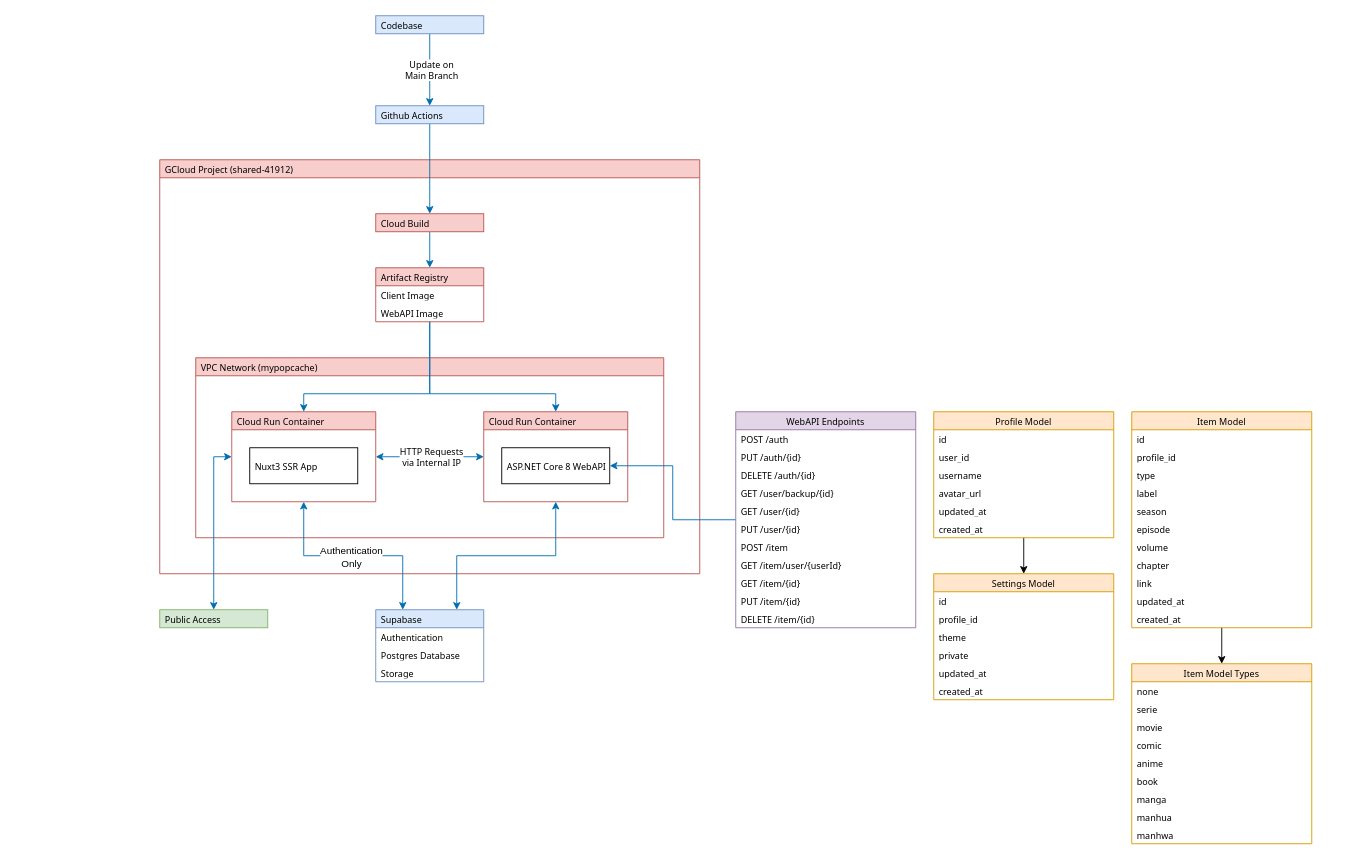
hs-wolf/mypopcache keeps this draw.io diagram as Infrastructure.drawio. Above is the earlier version. Source tidied: cells renumbered, new cells numbered last; positions are measured from the earlier drawing's top-left corner, leaving out a move shared by most shapes. Both pictures are drawn from the tidied source at 90%, with x=0, y=0 at pixel (159, 15).
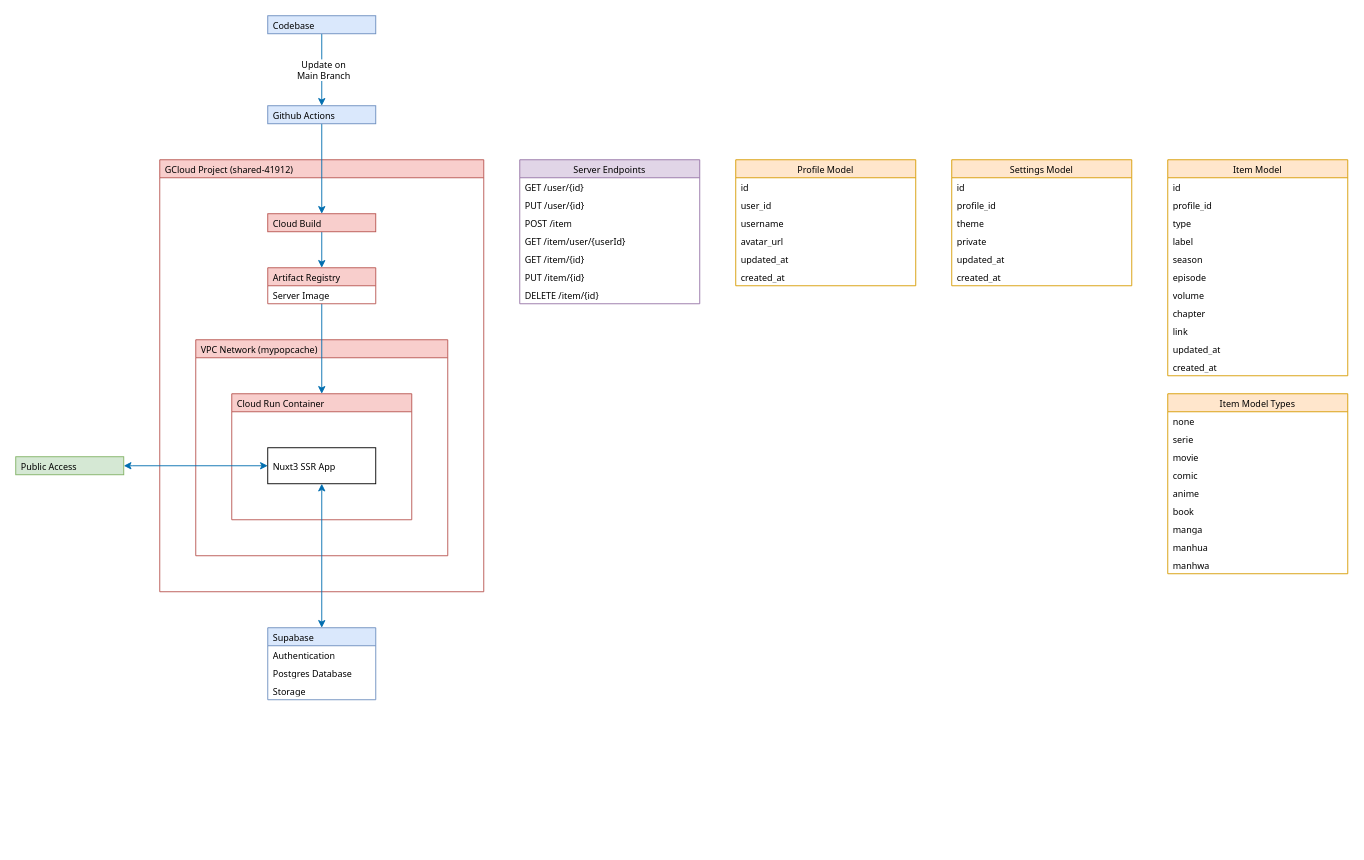
The same page after the edit.

Diff of the diagram source:
```diff
@@
     <mxCell id="2" value="GCloud Project (&lt;span style=&quot;font-size: 10px;&quot; class=&quot;cfc-purview-picker-list-id cfc-color-secondary ng-star-inserted&quot;&gt;shared-41912) &lt;/span&gt;" style="swimlane;whiteSpace=wrap;html=1;startSize=20;swimlaneLine=1;fontSize=10;fontStyle=0;fillColor=#f8cecc;strokeColor=#b85450;fontFamily=Tahoma;align=left;spacingLeft=4;" parent="1" vertex="1">
-      <mxGeometry y="160" width="600" height="460" as="geometry" />
+      <mxGeometry y="160" width="360" height="480" as="geometry" />
     </mxCell>
     <mxCell id="3" value="&lt;font style=&quot;font-size: 10px;&quot;&gt;VPC Network (mypopcache)&lt;/font&gt;" style="swimlane;whiteSpace=wrap;html=1;startSize=20;fontSize=10;fontStyle=0;fillColor=#f8cecc;strokeColor=#b85450;fontFamily=Tahoma;align=left;spacingLeft=4;" parent="2" vertex="1">
-      <mxGeometry x="40" y="220" width="520" height="200" as="geometry" />
+      <mxGeometry x="40" y="200" width="280" height="240" as="geometry" />
     </mxCell>
-    <mxCell id="4" value="&lt;font style=&quot;font-size: 10px;&quot;&gt;HTTP Requests&lt;br style=&quot;font-size: 10px;&quot;&gt;via Internal IP&lt;/font&gt;" style="edgeStyle=orthogonalEdgeStyle;rounded=0;jettySize=auto;html=1;fillColor=#1ba1e2;strokeColor=#006EAF;fontFamily=Tahoma;fontSize=10;startArrow=classic;startFill=1;entryX=0;entryY=0.5;entryDx=0;entryDy=0;exitX=1;exitY=0.5;exitDx=0;exitDy=0;align=center;spacingLeft=4;" parent="3" edge="1" source="5" target="7">
-      <mxGeometry relative="1" as="geometry" />
-    </mxCell>
     <mxCell id="5" value="Cloud Run Container" style="swimlane;whiteSpace=wrap;html=1;startSize=20;fontSize=10;fontStyle=0;fillColor=#f8cecc;strokeColor=#b85450;fontFamily=Tahoma;align=left;spacingLeft=4;" parent="3" vertex="1">
-      <mxGeometry x="40" y="60" width="160" height="100" as="geometry" />
+      <mxGeometry x="40" y="60" width="200" height="140" as="geometry" />
     </mxCell>
     <mxCell id="6" value="&lt;div style=&quot;font-size: 10px;&quot;&gt;Nuxt3 SSR App&lt;/div&gt;" style="rounded=0;whiteSpace=wrap;html=1;fontSize=10;fontFamily=Tahoma;align=left;spacingLeft=4;" parent="5" vertex="1">
-      <mxGeometry x="20" y="40" width="120" height="40" as="geometry" />
+      <mxGeometry x="40" y="60" width="120" height="40" as="geometry" />
     </mxCell>
-    <mxCell id="7" value="Cloud Run Container" style="swimlane;whiteSpace=wrap;html=1;startSize=20;fontSize=10;fontStyle=0;fillColor=#f8cecc;strokeColor=#b85450;fontFamily=Tahoma;align=left;spacingLeft=4;" parent="3" vertex="1">
-      <mxGeometry x="320" y="60" width="160" height="100" as="geometry" />
-    </mxCell>
-    <mxCell id="8" value="ASP.NET Core 8 WebAPI" style="rounded=0;whiteSpace=wrap;html=1;fontSize=10;fontFamily=Tahoma;align=left;spacingLeft=4;" parent="7" vertex="1">
-      <mxGeometry x="20" y="40" width="120" height="40" as="geometry" />
-    </mxCell>
-    <mxCell id="9" style="edgeStyle=orthogonalEdgeStyle;rounded=0;jettySize=auto;html=1;entryX=0.5;entryY=0;entryDx=0;entryDy=0;fillColor=#1ba1e2;strokeColor=#006EAF;fontFamily=Tahoma;fontSize=10;align=left;spacingLeft=4;" parent="2" edge="1" source="11" target="5">
-      <mxGeometry relative="1" as="geometry">
-        <Array as="points">
-          <mxPoint x="300" y="260" />
-          <mxPoint x="160" y="260" />
-        </Array>
-      </mxGeometry>
+    <mxCell id="9" style="edgeStyle=orthogonalEdgeStyle;rounded=0;jettySize=auto;html=1;entryX=0.5;entryY=0;entryDx=0;entryDy=0;fillColor=#1ba1e2;strokeColor=#006EAF;" parent="2" edge="1" source="11" target="5">
+      <mxGeometry relative="1" as="geometry" />
     </mxCell>
-    <mxCell id="10" style="edgeStyle=orthogonalEdgeStyle;rounded=0;jettySize=auto;html=1;entryX=0.5;entryY=0;entryDx=0;entryDy=0;fillColor=#1ba1e2;strokeColor=#006EAF;fontFamily=Tahoma;fontSize=10;align=left;spacingLeft=4;" parent="2" edge="1" source="11" target="7">
-      <mxGeometry relative="1" as="geometry">
-        <Array as="points">
-          <mxPoint x="300" y="260" />
-          <mxPoint x="440" y="260" />
-        </Array>
-      </mxGeometry>
-    </mxCell>
     <mxCell id="11" value="Artifact Registry" style="swimlane;fontStyle=0;horizontal=1;startSize=20;whiteSpace=wrap;html=1;fontSize=10;fillColor=#f8cecc;strokeColor=#b85450;fontFamily=Tahoma;align=left;spacingLeft=4;" parent="2" vertex="1">
-      <mxGeometry x="240" y="120" width="120" height="60" as="geometry" />
+      <mxGeometry x="120" y="120" width="120" height="40" as="geometry" />
     </mxCell>
-    <mxCell id="12" value="Client Image" style="text;strokeColor=none;fillColor=none;align=left;verticalAlign=middle;spacingLeft=4;spacingRight=4;overflow=hidden;whiteSpace=wrap;html=1;fontSize=10;fontFamily=Tahoma;" parent="11" vertex="1">
+    <mxCell id="12" value="Server Image" style="text;strokeColor=none;fillColor=none;align=left;verticalAlign=middle;spacingLeft=4;spacingRight=4;overflow=hidden;whiteSpace=wrap;html=1;fontSize=10;fontFamily=Tahoma;" parent="11" vertex="1">
       <mxGeometry y="20" width="120" height="20" as="geometry" />
     </mxCell>
-    <mxCell id="13" value="WebAPI Image" style="text;strokeColor=none;fillColor=none;align=left;verticalAlign=middle;spacingLeft=4;spacingRight=4;overflow=hidden;whiteSpace=wrap;html=1;fontSize=10;fontFamily=Tahoma;" parent="11" vertex="1">
-      <mxGeometry y="40" width="120" height="20" as="geometry" />
-    </mxCell>
@@
     <mxCell id="15" value="Cloud Build" style="rounded=0;whiteSpace=wrap;html=1;fontSize=10;fillColor=#f8cecc;strokeColor=#b85450;fontFamily=Tahoma;align=left;spacingLeft=4;" parent="2" vertex="1">
-      <mxGeometry x="240" y="60" width="120" height="20" as="geometry" />
+      <mxGeometry x="120" y="60" width="120" height="20" as="geometry" />
     </mxCell>
@@
-    <mxCell id="17" style="edgeStyle=orthogonalEdgeStyle;rounded=0;jettySize=auto;html=1;fillColor=#1ba1e2;strokeColor=#006EAF;fontFamily=Tahoma;fontSize=10;entryX=0.25;entryY=0;entryDx=0;entryDy=0;align=left;spacingLeft=4;startArrow=classic;startFill=1;" parent="2" edge="1" source="5" target="19">
-      <mxGeometry relative="1" as="geometry" />
-    </mxCell>
-    <mxCell id="18" value="Authentication&lt;br&gt;Only" style="edgeLabel;html=1;align=center;verticalAlign=middle;spacingLeft=4;" parent="17" vertex="1">
-      <mxGeometry x="-0.43" y="-1" relative="1" as="geometry">
-        <mxPoint x="44" as="offset" />
-      </mxGeometry>
-    </mxCell>
     <mxCell id="19" value="Supabase" style="swimlane;fontStyle=0;horizontal=1;startSize=20;whiteSpace=wrap;html=1;fontSize=10;fillColor=#dae8fc;strokeColor=#6c8ebf;fontFamily=Tahoma;align=left;spacingLeft=4;" parent="1" vertex="1">
-      <mxGeometry x="240" y="660" width="120" height="80" as="geometry" />
+      <mxGeometry x="120" y="680" width="120" height="80" as="geometry" />
     </mxCell>
@@
-    <mxCell id="23" style="edgeStyle=orthogonalEdgeStyle;rounded=0;jettySize=auto;html=1;fillColor=#1ba1e2;strokeColor=#006EAF;fontFamily=Tahoma;fontSize=10;startArrow=classic;startFill=1;entryX=0.75;entryY=0;entryDx=0;entryDy=0;align=left;spacingLeft=4;" parent="1" edge="1" source="7" target="19">
-      <mxGeometry relative="1" as="geometry" />
-    </mxCell>
@@
     <mxCell id="25" value="Github Actions" style="rounded=0;whiteSpace=wrap;html=1;fontSize=10;fillColor=#dae8fc;strokeColor=#6c8ebf;fontFamily=Tahoma;align=left;spacingLeft=4;" parent="1" vertex="1">
-      <mxGeometry x="240" y="100" width="120" height="20" as="geometry" />
+      <mxGeometry x="120" y="100" width="120" height="20" as="geometry" />
     </mxCell>
@@
     <mxCell id="27" value="Codebase" style="rounded=0;whiteSpace=wrap;html=1;fontSize=10;fillColor=#dae8fc;strokeColor=#6c8ebf;fontFamily=Tahoma;align=left;spacingLeft=4;" parent="1" vertex="1">
-      <mxGeometry x="240" width="120" height="20" as="geometry" />
+      <mxGeometry x="120" width="120" height="20" as="geometry" />
     </mxCell>
-    <mxCell id="28" style="edgeStyle=orthogonalEdgeStyle;rounded=0;jettySize=auto;html=1;fillColor=#1ba1e2;strokeColor=#006EAF;entryX=0;entryY=0.5;entryDx=0;entryDy=0;fontFamily=Tahoma;fontSize=10;startArrow=classic;startFill=1;align=left;spacingLeft=4;" parent="1" edge="1" source="29" target="5">
-      <mxGeometry relative="1" as="geometry" />
+    <mxCell id="28" style="edgeStyle=orthogonalEdgeStyle;rounded=0;jettySize=auto;html=1;fillColor=#1ba1e2;strokeColor=#006EAF;entryX=0;entryY=0.5;entryDx=0;entryDy=0;fontFamily=Tahoma;fontSize=10;startArrow=classic;startFill=1;align=left;spacingLeft=4;exitX=1;exitY=0.5;exitDx=0;exitDy=0;" parent="1" edge="1" source="29" target="6">
+      <mxGeometry relative="1" as="geometry">
+        <Array as="points">
+          <mxPoint x="-30" y="500" />
+          <mxPoint x="-30" y="500" />
+        </Array>
+      </mxGeometry>
     </mxCell>
     <mxCell id="29" value="Public Access" style="rounded=0;whiteSpace=wrap;html=1;fontSize=10;fillColor=#d5e8d4;strokeColor=#82b366;fontFamily=Tahoma;align=left;spacingLeft=4;" parent="1" vertex="1">
-      <mxGeometry y="660" width="120" height="20" as="geometry" />
+      <mxGeometry x="-160" y="490" width="120" height="20" as="geometry" />
     </mxCell>
-    <mxCell id="30" style="edgeStyle=orthogonalEdgeStyle;rounded=0;jettySize=auto;html=1;fillColor=#1ba1e2;strokeColor=#006EAF;" parent="1" edge="1" source="31" target="8">
-      <mxGeometry relative="1" as="geometry" />
-    </mxCell>
-    <mxCell id="31" value="WebAPI Endpoints" style="swimlane;fontStyle=0;horizontal=1;startSize=20;whiteSpace=wrap;html=1;fillColor=#e1d5e7;strokeColor=#9673a6;fontFamily=Tahoma;fontSize=10;" parent="1" vertex="1">
-      <mxGeometry x="640" y="440" width="200" height="240" as="geometry" />
+    <mxCell id="31" value="Server Endpoints" style="swimlane;fontStyle=0;horizontal=1;startSize=20;whiteSpace=wrap;html=1;fillColor=#e1d5e7;strokeColor=#9673a6;fontFamily=Tahoma;fontSize=10;" parent="1" vertex="1">
+      <mxGeometry x="400" y="160" width="200" height="160" as="geometry" />
     </mxCell>
-    <mxCell id="32" value="POST /auth" style="text;strokeColor=none;fillColor=none;align=left;verticalAlign=middle;spacingLeft=4;spacingRight=4;overflow=hidden;whiteSpace=wrap;html=1;fontFamily=Tahoma;fontSize=10;" parent="31" vertex="1">
-      <mxGeometry y="20" width="200" height="20" as="geometry" />
-    </mxCell>
-    <mxCell id="33" value="PUT /auth/{id}" style="text;strokeColor=none;fillColor=none;align=left;verticalAlign=middle;spacingLeft=4;spacingRight=4;overflow=hidden;whiteSpace=wrap;html=1;fontFamily=Tahoma;fontSize=10;" parent="31" vertex="1">
-      <mxGeometry y="40" width="200" height="20" as="geometry" />
-    </mxCell>
-    <mxCell id="34" value="DELETE /auth/{id}" style="text;strokeColor=none;fillColor=none;align=left;verticalAlign=middle;spacingLeft=4;spacingRight=4;overflow=hidden;whiteSpace=wrap;html=1;fontFamily=Tahoma;fontSize=10;" parent="31" vertex="1">
-      <mxGeometry y="60" width="200" height="20" as="geometry" />
-    </mxCell>
-    <mxCell id="35" value="GET /user/backup/{id}" style="text;strokeColor=none;fillColor=none;align=left;verticalAlign=middle;spacingLeft=4;spacingRight=4;overflow=hidden;whiteSpace=wrap;html=1;fontFamily=Tahoma;fontSize=10;" parent="31" vertex="1">
-      <mxGeometry y="80" width="200" height="20" as="geometry" />
-    </mxCell>
     <mxCell id="36" value="GET /user/{id}" style="text;strokeColor=none;fillColor=none;align=left;verticalAlign=middle;spacingLeft=4;spacingRight=4;overflow=hidden;whiteSpace=wrap;html=1;fontFamily=Tahoma;fontSize=10;" parent="31" vertex="1">
-      <mxGeometry y="100" width="200" height="20" as="geometry" />
+      <mxGeometry y="20" width="200" height="20" as="geometry" />
     </mxCell>
     <mxCell id="37" value="PUT /user/{id}" style="text;strokeColor=none;fillColor=none;align=left;verticalAlign=middle;spacingLeft=4;spacingRight=4;overflow=hidden;whiteSpace=wrap;html=1;fontFamily=Tahoma;fontSize=10;" parent="31" vertex="1">
-      <mxGeometry y="120" width="200" height="20" as="geometry" />
+      <mxGeometry y="40" width="200" height="20" as="geometry" />
     </mxCell>
     <mxCell id="38" value="POST /item" style="text;strokeColor=none;fillColor=none;align=left;verticalAlign=middle;spacingLeft=4;spacingRight=4;overflow=hidden;whiteSpace=wrap;html=1;fontFamily=Tahoma;fontSize=10;" parent="31" vertex="1">
-      <mxGeometry y="140" width="200" height="20" as="geometry" />
+      <mxGeometry y="60" width="200" height="20" as="geometry" />
     </mxCell>
     <mxCell id="39" value="GET /item/user/{userId}" style="text;strokeColor=none;fillColor=none;align=left;verticalAlign=middle;spacingLeft=4;spacingRight=4;overflow=hidden;whiteSpace=wrap;html=1;fontFamily=Tahoma;fontSize=10;" parent="31" vertex="1">
-      <mxGeometry y="160" width="200" height="20" as="geometry" />
+      <mxGeometry y="80" width="200" height="20" as="geometry" />
     </mxCell>
     <mxCell id="40" value="GET /item/{id}" style="text;strokeColor=none;fillColor=none;align=left;verticalAlign=middle;spacingLeft=4;spacingRight=4;overflow=hidden;whiteSpace=wrap;html=1;fontFamily=Tahoma;fontSize=10;" parent="31" vertex="1">
-      <mxGeometry y="180" width="200" height="20" as="geometry" />
+      <mxGeometry y="100" width="200" height="20" as="geometry" />
     </mxCell>
     <mxCell id="41" value="PUT /item/{id}" style="text;strokeColor=none;fillColor=none;align=left;verticalAlign=middle;spacingLeft=4;spacingRight=4;overflow=hidden;whiteSpace=wrap;html=1;fontFamily=Tahoma;fontSize=10;" parent="31" vertex="1">
-      <mxGeometry y="200" width="200" height="20" as="geometry" />
+      <mxGeometry y="120" width="200" height="20" as="geometry" />
     </mxCell>
     <mxCell id="42" value="DELETE /item/{id}" style="text;strokeColor=none;fillColor=none;align=left;verticalAlign=middle;spacingLeft=4;spacingRight=4;overflow=hidden;whiteSpace=wrap;html=1;fontFamily=Tahoma;fontSize=10;" parent="31" vertex="1">
-      <mxGeometry y="220" width="200" height="20" as="geometry" />
+      <mxGeometry y="140" width="200" height="20" as="geometry" />
     </mxCell>
-    <mxCell id="43" style="edgeStyle=orthogonalEdgeStyle;rounded=0;jettySize=auto;html=1;" parent="1" edge="1" source="44" target="74">
-      <mxGeometry relative="1" as="geometry" />
-    </mxCell>
     <mxCell id="44" value="&lt;div&gt;Profile Model&lt;/div&gt;" style="swimlane;fontStyle=0;horizontal=1;startSize=20;whiteSpace=wrap;html=1;fillColor=#ffe6cc;strokeColor=#d79b00;fontFamily=Tahoma;fontSize=10;" parent="1" vertex="1">
-      <mxGeometry x="860" y="440" width="200" height="140" as="geometry" />
+      <mxGeometry x="640" y="160" width="200" height="140" as="geometry" />
     </mxCell>
@@
-    <mxCell id="51" style="edgeStyle=orthogonalEdgeStyle;rounded=0;jettySize=auto;html=1;" parent="1" edge="1" source="52" target="64">
-      <mxGeometry relative="1" as="geometry" />
-    </mxCell>
     <mxCell id="52" value="Item Model" style="swimlane;fontStyle=0;horizontal=1;startSize=20;whiteSpace=wrap;html=1;fillColor=#ffe6cc;strokeColor=#d79b00;fontFamily=Tahoma;fontSize=10;" parent="1" vertex="1">
-      <mxGeometry x="1080" y="440" width="200" height="240" as="geometry" />
+      <mxGeometry x="1120" y="160" width="200" height="240" as="geometry" />
     </mxCell>
@@
     <mxCell id="64" value="Item Model Types" style="swimlane;fontStyle=0;horizontal=1;startSize=20;whiteSpace=wrap;html=1;fillColor=#ffe6cc;strokeColor=#d79b00;fontFamily=Tahoma;fontSize=10;" parent="1" vertex="1">
-      <mxGeometry x="1080" y="720" width="200" height="200" as="geometry" />
+      <mxGeometry x="1120" y="420" width="200" height="200" as="geometry" />
     </mxCell>
@@
     <mxCell id="74" value="Settings Model" style="swimlane;fontStyle=0;horizontal=1;startSize=20;whiteSpace=wrap;html=1;fillColor=#ffe6cc;strokeColor=#d79b00;fontFamily=Tahoma;fontSize=10;" parent="1" vertex="1">
-      <mxGeometry x="860" y="620" width="200" height="140" as="geometry" />
+      <mxGeometry x="880" y="160" width="200" height="140" as="geometry" />
     </mxCell>
@@
+    <mxCell id="17" style="edgeStyle=orthogonalEdgeStyle;rounded=0;jettySize=auto;html=1;fillColor=#1ba1e2;strokeColor=#006EAF;fontFamily=Tahoma;fontSize=10;entryX=0.5;entryY=0;entryDx=0;entryDy=0;align=left;spacingLeft=4;startArrow=classic;startFill=1;exitX=0.5;exitY=1;exitDx=0;exitDy=0;" parent="1" edge="1" source="6" target="19">
+      <mxGeometry relative="1" as="geometry" />
+    </mxCell>
```
